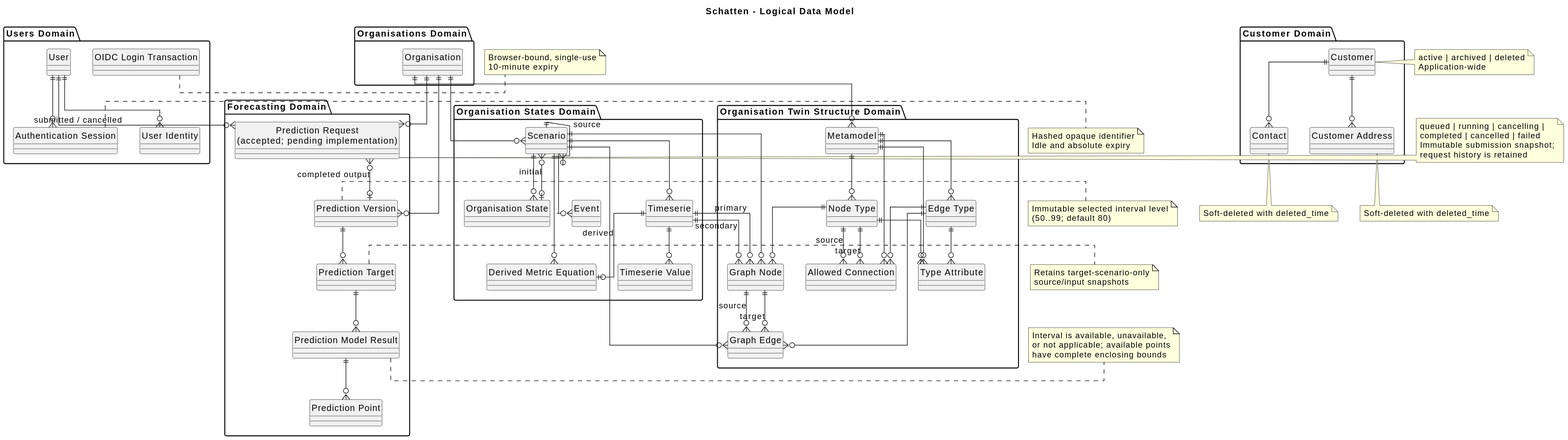
Before: docs/diagrams/generated/data-logical-model.svg, a diagram exported from PlantUML (lupaus-eu/shadow).
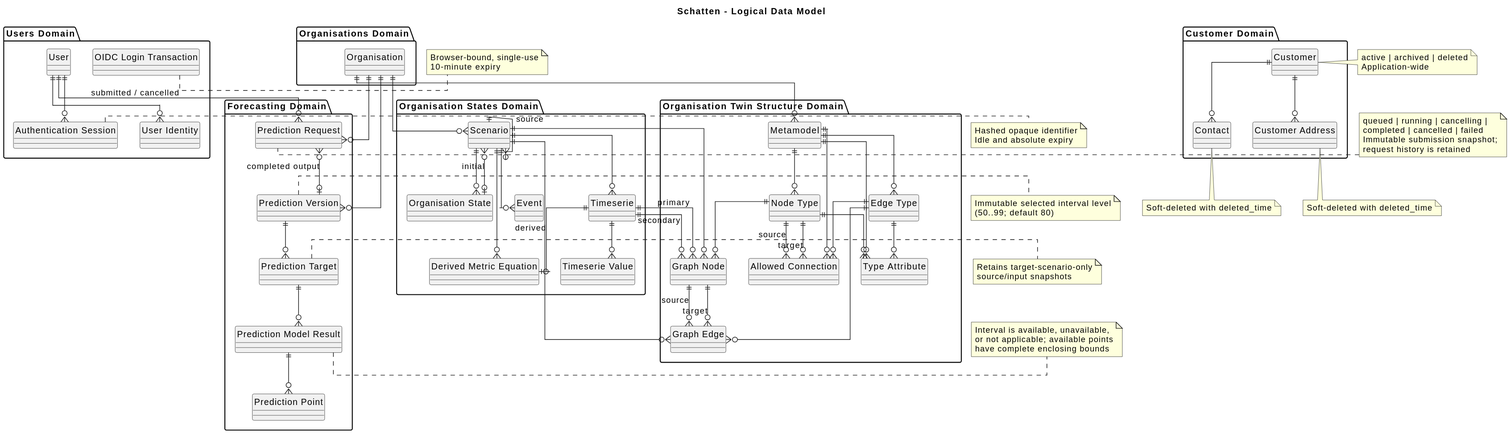
Later version of the same file.

Diff of the diagram source:
```diff
@@ -36,7 +36,7 @@
 }
 
 package "Forecasting Domain" {
-  entity "Prediction Request\n(accepted; pending implementation)" as prediction_request
+  entity "Prediction Request" as prediction_request
   entity "Prediction Version" as prediction_version
   entity "Prediction Target" as prediction_target
   entity "Prediction Model Result" as prediction_model_result
```
